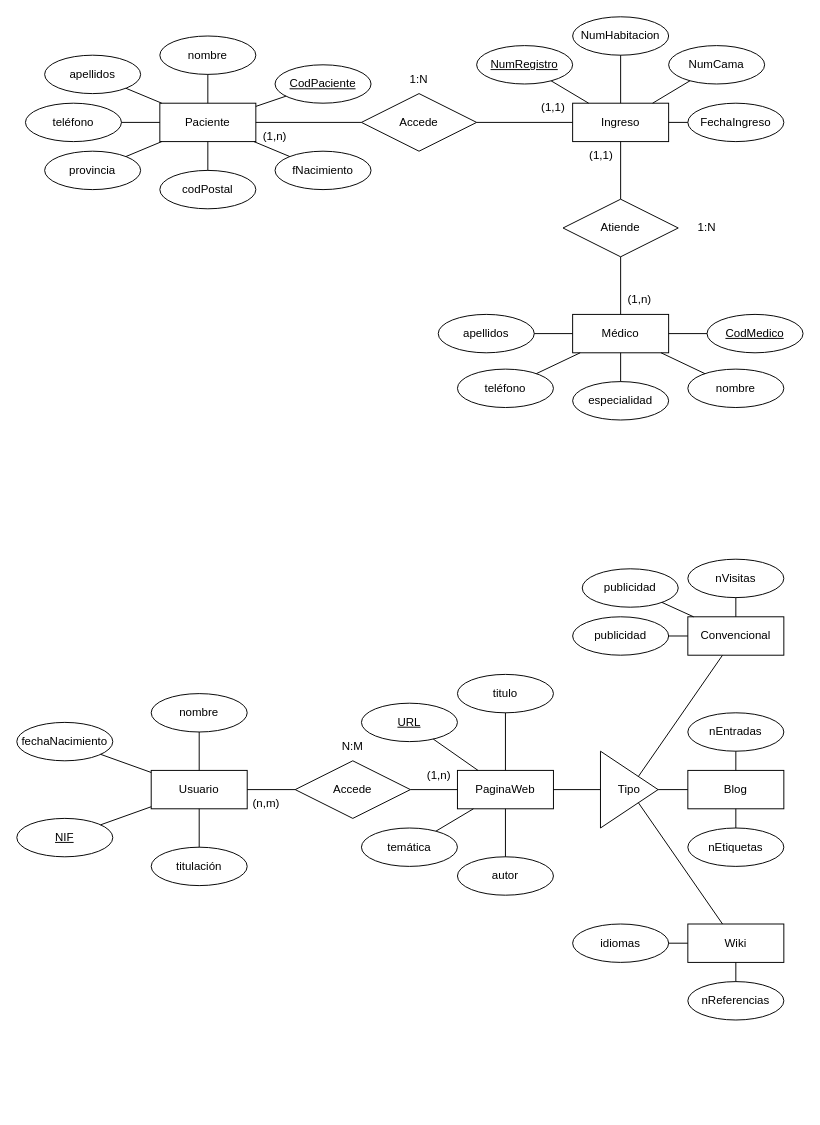
This is modeloEntidarRelacion1.drawio from DanielGZamora/testing, a draw.io file, before an edit. Source tidied: cells renumbered, new cells numbered last; positions are measured from the earlier drawing's top-left corner, leaving out a move shared by most shapes. Both pictures are drawn from the tidied source at 96%, with x=0, y=0 at pixel (16, 16).
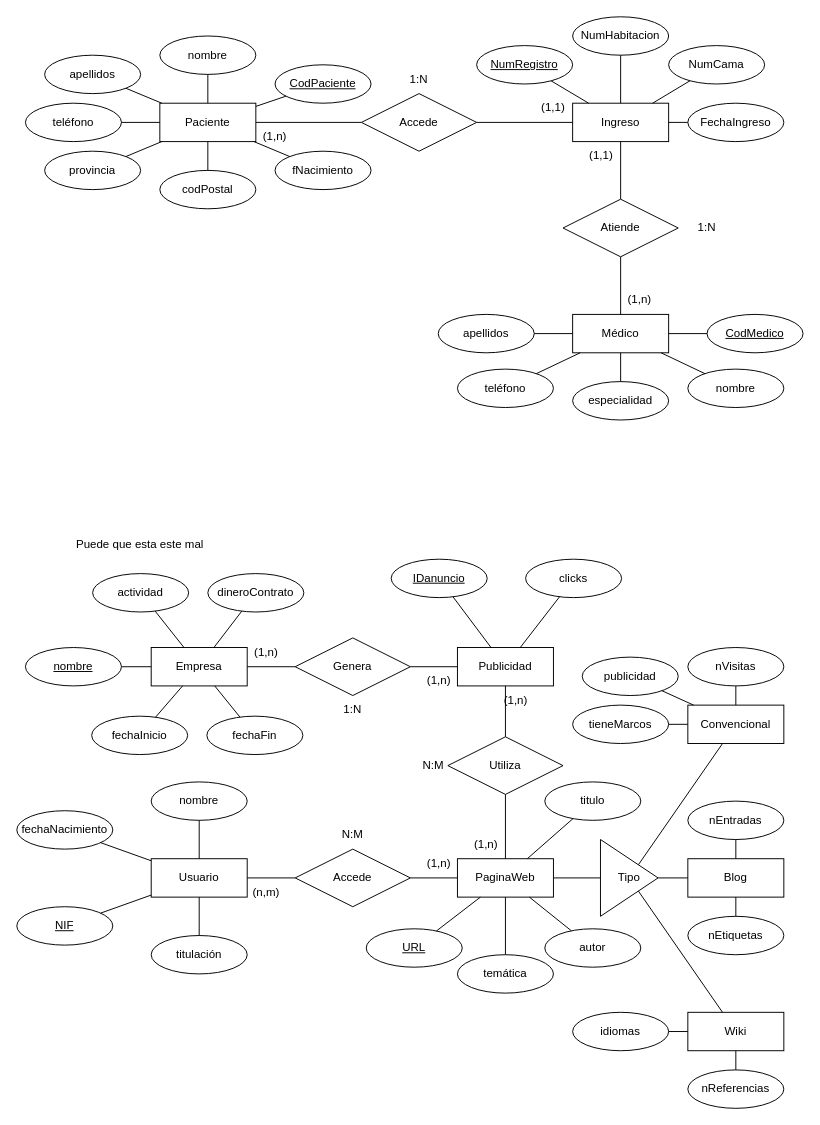
After the change.

Diff of the diagram source:
```diff
@@
     <mxCell id="49" value="Usuario" style="whiteSpace=wrap;html=1;align=center;" parent="1" vertex="1">
-      <mxGeometry x="140" y="785" width="100" height="40" as="geometry" />
+      <mxGeometry x="140" y="877" width="100" height="40" as="geometry" />
     </mxCell>
     <mxCell id="50" value="nombre" style="ellipse;whiteSpace=wrap;html=1;align=center;" parent="1" vertex="1">
-      <mxGeometry x="140" y="705" width="100" height="40" as="geometry" />
+      <mxGeometry x="140" y="797" width="100" height="40" as="geometry" />
     </mxCell>
@@
     <mxCell id="52" value="NIF" style="ellipse;whiteSpace=wrap;html=1;align=center;fontStyle=4;" parent="1" vertex="1">
-      <mxGeometry y="835" width="100" height="40" as="geometry" />
+      <mxGeometry y="927" width="100" height="40" as="geometry" />
     </mxCell>
@@
     <mxCell id="54" value="fechaNacimiento" style="ellipse;whiteSpace=wrap;html=1;align=center;" parent="1" vertex="1">
-      <mxGeometry y="735" width="100" height="40" as="geometry" />
+      <mxGeometry y="827" width="100" height="40" as="geometry" />
     </mxCell>
@@
     <mxCell id="56" value="titulación" style="ellipse;whiteSpace=wrap;html=1;align=center;" parent="1" vertex="1">
-      <mxGeometry x="140" y="865" width="100" height="40" as="geometry" />
+      <mxGeometry x="140" y="957" width="100" height="40" as="geometry" />
     </mxCell>
@@
     <mxCell id="58" value="PaginaWeb" style="whiteSpace=wrap;html=1;align=center;" parent="1" vertex="1">
-      <mxGeometry x="459" y="785" width="100" height="40" as="geometry" />
+      <mxGeometry x="459" y="877" width="100" height="40" as="geometry" />
     </mxCell>
     <mxCell id="59" value="Accede" style="shape=rhombus;perimeter=rhombusPerimeter;whiteSpace=wrap;html=1;align=center;" parent="1" vertex="1">
-      <mxGeometry x="290" y="775" width="120" height="60" as="geometry" />
+      <mxGeometry x="290" y="867" width="120" height="60" as="geometry" />
     </mxCell>
@@
     <mxCell id="62" value="Tipo" style="triangle;whiteSpace=wrap;html=1;" parent="1" vertex="1">
-      <mxGeometry x="608" y="765" width="60" height="80" as="geometry" />
+      <mxGeometry x="608" y="857" width="60" height="80" as="geometry" />
     </mxCell>
@@
     <mxCell id="64" value="Wiki" style="whiteSpace=wrap;html=1;align=center;" parent="1" vertex="1">
-      <mxGeometry x="699" y="945" width="100" height="40" as="geometry" />
+      <mxGeometry x="699" y="1037" width="100" height="40" as="geometry" />
     </mxCell>
     <mxCell id="65" value="Blog" style="whiteSpace=wrap;html=1;align=center;" parent="1" vertex="1">
-      <mxGeometry x="699" y="785" width="100" height="40" as="geometry" />
+      <mxGeometry x="699" y="877" width="100" height="40" as="geometry" />
     </mxCell>
     <mxCell id="66" value="Convencional" style="whiteSpace=wrap;html=1;align=center;" parent="1" vertex="1">
-      <mxGeometry x="699" y="625" width="100" height="40" as="geometry" />
+      <mxGeometry x="699" y="717" width="100" height="40" as="geometry" />
     </mxCell>
@@
     <mxCell id="70" value="titulo" style="ellipse;whiteSpace=wrap;html=1;align=center;" parent="1" vertex="1">
-      <mxGeometry x="459" y="685" width="100" height="40" as="geometry" />
+      <mxGeometry x="550" y="797" width="100" height="40" as="geometry" />
     </mxCell>
@@
     <mxCell id="72" value="URL" style="ellipse;whiteSpace=wrap;html=1;align=center;fontStyle=4;" parent="1" vertex="1">
-      <mxGeometry x="359" y="715" width="100" height="40" as="geometry" />
+      <mxGeometry x="364" y="950" width="100" height="40" as="geometry" />
     </mxCell>
@@
     <mxCell id="74" value="temática" style="ellipse;whiteSpace=wrap;html=1;align=center;" parent="1" vertex="1">
-      <mxGeometry x="359" y="845" width="100" height="40" as="geometry" />
+      <mxGeometry x="459" y="977" width="100" height="40" as="geometry" />
     </mxCell>
@@
     <mxCell id="76" value="autor" style="ellipse;whiteSpace=wrap;html=1;align=center;" parent="1" vertex="1">
-      <mxGeometry x="459" y="875" width="100" height="40" as="geometry" />
+      <mxGeometry x="550" y="950" width="100" height="40" as="geometry" />
     </mxCell>
@@
     <mxCell id="78" value="nVisitas" style="ellipse;whiteSpace=wrap;html=1;align=center;" parent="1" vertex="1">
-      <mxGeometry x="699" y="565" width="100" height="40" as="geometry" />
+      <mxGeometry x="699" y="657" width="100" height="40" as="geometry" />
     </mxCell>
@@
     <mxCell id="80" value="publicidad" style="ellipse;whiteSpace=wrap;html=1;align=center;" parent="1" vertex="1">
-      <mxGeometry x="589" y="575" width="100" height="40" as="geometry" />
+      <mxGeometry x="589" y="667" width="100" height="40" as="geometry" />
     </mxCell>
@@
-    <mxCell id="82" value="publicidad" style="ellipse;whiteSpace=wrap;html=1;align=center;" parent="1" vertex="1">
-      <mxGeometry x="579" y="625" width="100" height="40" as="geometry" />
+    <mxCell id="82" value="tieneMarcos" style="ellipse;whiteSpace=wrap;html=1;align=center;" parent="1" vertex="1">
+      <mxGeometry x="579" y="717" width="100" height="40" as="geometry" />
     </mxCell>
@@
     <mxCell id="84" value="nEntradas" style="ellipse;whiteSpace=wrap;html=1;align=center;" parent="1" vertex="1">
-      <mxGeometry x="699" y="725" width="100" height="40" as="geometry" />
+      <mxGeometry x="699" y="817" width="100" height="40" as="geometry" />
     </mxCell>
@@
     <mxCell id="86" value="nEtiquetas" style="ellipse;whiteSpace=wrap;html=1;align=center;" parent="1" vertex="1">
-      <mxGeometry x="699" y="845" width="100" height="40" as="geometry" />
+      <mxGeometry x="699" y="937" width="100" height="40" as="geometry" />
     </mxCell>
@@
     <mxCell id="88" value="nReferencias" style="ellipse;whiteSpace=wrap;html=1;align=center;" parent="1" vertex="1">
-      <mxGeometry x="699" y="1005" width="100" height="40" as="geometry" />
+      <mxGeometry x="699" y="1097" width="100" height="40" as="geometry" />
     </mxCell>
@@
     <mxCell id="90" value="idiomas" style="ellipse;whiteSpace=wrap;html=1;align=center;" parent="1" vertex="1">
-      <mxGeometry x="579" y="945" width="100" height="40" as="geometry" />
+      <mxGeometry x="579" y="1037" width="100" height="40" as="geometry" />
     </mxCell>
@@
     <mxCell id="92" value="(1,n)" style="text;html=1;align=center;verticalAlign=middle;whiteSpace=wrap;rounded=0;" parent="1" vertex="1">
-      <mxGeometry x="410" y="775" width="60" height="30" as="geometry" />
+      <mxGeometry x="410" y="867" width="60" height="30" as="geometry" />
     </mxCell>
     <mxCell id="93" value="(n,m)" style="text;html=1;align=center;verticalAlign=middle;whiteSpace=wrap;rounded=0;" parent="1" vertex="1">
-      <mxGeometry x="230" y="805" width="60" height="30" as="geometry" />
+      <mxGeometry x="230" y="897" width="60" height="30" as="geometry" />
     </mxCell>
     <mxCell id="94" value="N:M" style="text;html=1;align=center;verticalAlign=middle;whiteSpace=wrap;rounded=0;" parent="1" vertex="1">
-      <mxGeometry x="320" y="745" width="60" height="30" as="geometry" />
+      <mxGeometry x="320" y="837" width="60" height="30" as="geometry" />
     </mxCell>
+    <mxCell id="95" value="Utiliza" style="shape=rhombus;perimeter=rhombusPerimeter;whiteSpace=wrap;html=1;align=center;" parent="1" vertex="1">
+      <mxGeometry x="449" y="750" width="120" height="60" as="geometry" />
+    </mxCell>
+    <mxCell id="96" style="endArrow=none;html=1;rounded=0;" parent="1" edge="1" source="95" target="58">
+      <mxGeometry relative="1" as="geometry" />
+    </mxCell>
+    <mxCell id="97" value="Publicidad" style="whiteSpace=wrap;html=1;align=center;" parent="1" vertex="1">
+      <mxGeometry x="459" y="657" width="100" height="40" as="geometry" />
+    </mxCell>
+    <mxCell id="98" style="endArrow=none;html=1;rounded=0;" parent="1" edge="1" source="97" target="95">
+      <mxGeometry relative="1" as="geometry" />
+    </mxCell>
+    <mxCell id="99" value="Genera" style="shape=rhombus;perimeter=rhombusPerimeter;whiteSpace=wrap;html=1;align=center;" parent="1" vertex="1">
+      <mxGeometry x="290" y="647" width="120" height="60" as="geometry" />
+    </mxCell>
+    <mxCell id="100" value="Empresa" style="whiteSpace=wrap;html=1;align=center;" parent="1" vertex="1">
+      <mxGeometry x="140" y="657" width="100" height="40" as="geometry" />
+    </mxCell>
+    <mxCell id="101" style="endArrow=none;html=1;rounded=0;" parent="1" edge="1" source="99" target="100">
+      <mxGeometry relative="1" as="geometry" />
+    </mxCell>
+    <mxCell id="102" style="endArrow=none;html=1;rounded=0;" parent="1" edge="1" source="97" target="99">
+      <mxGeometry relative="1" as="geometry" />
+    </mxCell>
+    <mxCell id="103" style="endArrow=none;html=1;rounded=0;" parent="1" edge="1" source="104" target="97">
+      <mxGeometry relative="1" as="geometry" />
+    </mxCell>
+    <mxCell id="104" value="IDanuncio" style="ellipse;whiteSpace=wrap;html=1;align=center;fontStyle=4;" parent="1" vertex="1">
+      <mxGeometry x="390" y="565" width="100" height="40" as="geometry" />
+    </mxCell>
+    <mxCell id="105" value="clicks" style="ellipse;whiteSpace=wrap;html=1;align=center;" parent="1" vertex="1">
+      <mxGeometry x="530" y="565" width="100" height="40" as="geometry" />
+    </mxCell>
+    <mxCell id="106" style="endArrow=none;html=1;rounded=0;" parent="1" edge="1" source="105" target="97">
+      <mxGeometry relative="1" as="geometry" />
+    </mxCell>
+    <mxCell id="107" style="endArrow=none;html=1;rounded=0;" parent="1" edge="1" source="112" target="100">
+      <mxGeometry relative="1" as="geometry" />
+    </mxCell>
+    <mxCell id="108" value="fechaInicio" style="ellipse;whiteSpace=wrap;html=1;align=center;" parent="1" vertex="1">
+      <mxGeometry x="78" y="728.5" width="100" height="40" as="geometry" />
+    </mxCell>
+    <mxCell id="109" style="endArrow=none;html=1;rounded=0;" parent="1" edge="1" source="100" target="108">
+      <mxGeometry relative="1" as="geometry" />
+    </mxCell>
+    <mxCell id="110" value="fechaFin" style="ellipse;whiteSpace=wrap;html=1;align=center;" parent="1" vertex="1">
+      <mxGeometry x="198" y="728.5" width="100" height="40" as="geometry" />
+    </mxCell>
+    <mxCell id="111" style="endArrow=none;html=1;rounded=0;" parent="1" edge="1" source="100" target="110">
+      <mxGeometry relative="1" as="geometry" />
+    </mxCell>
+    <mxCell id="112" value="nombre" style="ellipse;whiteSpace=wrap;html=1;align=center;fontStyle=4;" parent="1" vertex="1">
+      <mxGeometry x="9" y="657" width="100" height="40" as="geometry" />
+    </mxCell>
+    <mxCell id="113" value="actividad" style="ellipse;whiteSpace=wrap;html=1;align=center;" parent="1" vertex="1">
+      <mxGeometry x="79" y="580" width="100" height="40" as="geometry" />
+    </mxCell>
+    <mxCell id="114" style="endArrow=none;html=1;rounded=0;" parent="1" edge="1" source="100" target="113">
+      <mxGeometry relative="1" as="geometry" />
+    </mxCell>
+    <mxCell id="115" value="dineroContrato" style="ellipse;whiteSpace=wrap;html=1;align=center;" parent="1" vertex="1">
+      <mxGeometry x="199" y="580" width="100" height="40" as="geometry" />
+    </mxCell>
+    <mxCell id="116" style="endArrow=none;html=1;rounded=0;" parent="1" edge="1" source="100" target="115">
+      <mxGeometry relative="1" as="geometry" />
+    </mxCell>
+    <mxCell id="117" value="(1,n)" style="text;html=1;align=center;verticalAlign=middle;whiteSpace=wrap;rounded=0;" parent="1" vertex="1">
+      <mxGeometry x="459" y="847" width="60" height="30" as="geometry" />
+    </mxCell>
+    <mxCell id="118" value="(1,n)" style="text;html=1;align=center;verticalAlign=middle;whiteSpace=wrap;rounded=0;" parent="1" vertex="1">
+      <mxGeometry x="490" y="697" width="60" height="30" as="geometry" />
+    </mxCell>
+    <mxCell id="119" value="N:M" style="text;html=1;align=center;verticalAlign=middle;whiteSpace=wrap;rounded=0;" parent="1" vertex="1">
+      <mxGeometry x="404" y="765" width="60" height="30" as="geometry" />
+    </mxCell>
+    <mxCell id="120" value="1:N" style="text;html=1;align=center;verticalAlign=middle;whiteSpace=wrap;rounded=0;" parent="1" vertex="1">
+      <mxGeometry x="320" y="707" width="60" height="30" as="geometry" />
+    </mxCell>
+    <mxCell id="121" value="(1,n)" style="text;html=1;align=center;verticalAlign=middle;whiteSpace=wrap;rounded=0;" parent="1" vertex="1">
+      <mxGeometry x="230" y="647" width="60" height="30" as="geometry" />
+    </mxCell>
+    <mxCell id="122" value="(1,n)" style="text;html=1;align=center;verticalAlign=middle;whiteSpace=wrap;rounded=0;" parent="1" vertex="1">
+      <mxGeometry x="410" y="677" width="60" height="30" as="geometry" />
+    </mxCell>
+    <mxCell id="123" value="Puede que esta este mal" style="text;html=1;align=center;verticalAlign=middle;strokeColor=none;fillColor=none;" parent="1" vertex="1">
+      <mxGeometry x="48" y="535" width="160" height="30" as="geometry" />
+    </mxCell>
```
